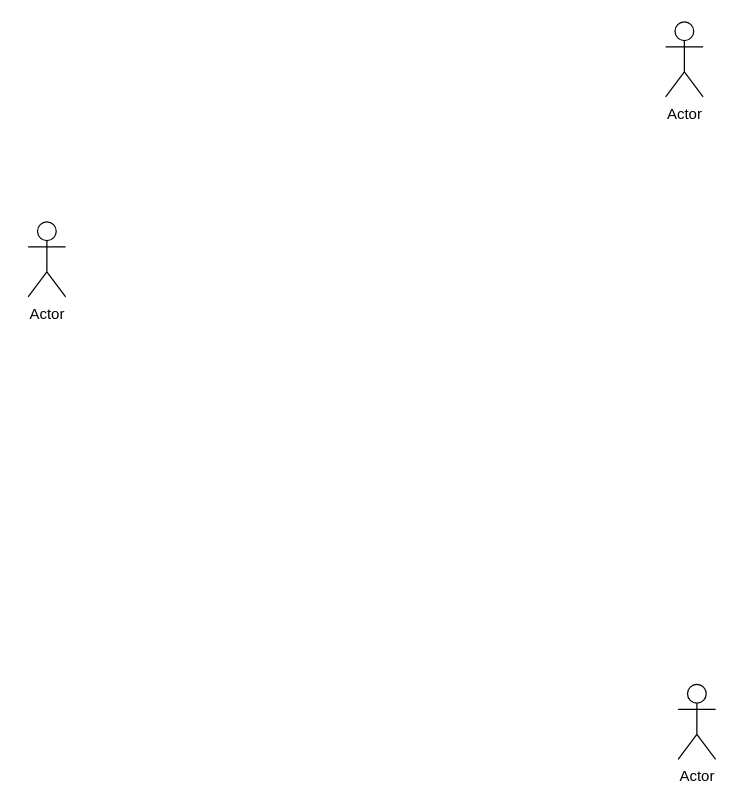
Earlier version of the draw.io diagram Use_case_diagram.drawio (OU-Hostel-Management/OU-Hostel-System). Source tidied: cells renumbered, new cells numbered last; positions are measured from the earlier drawing's top-left corner, leaving out a move shared by most shapes. Both pictures are drawn from the tidied source at 125%, with x=0, y=0 at pixel (28, 21).
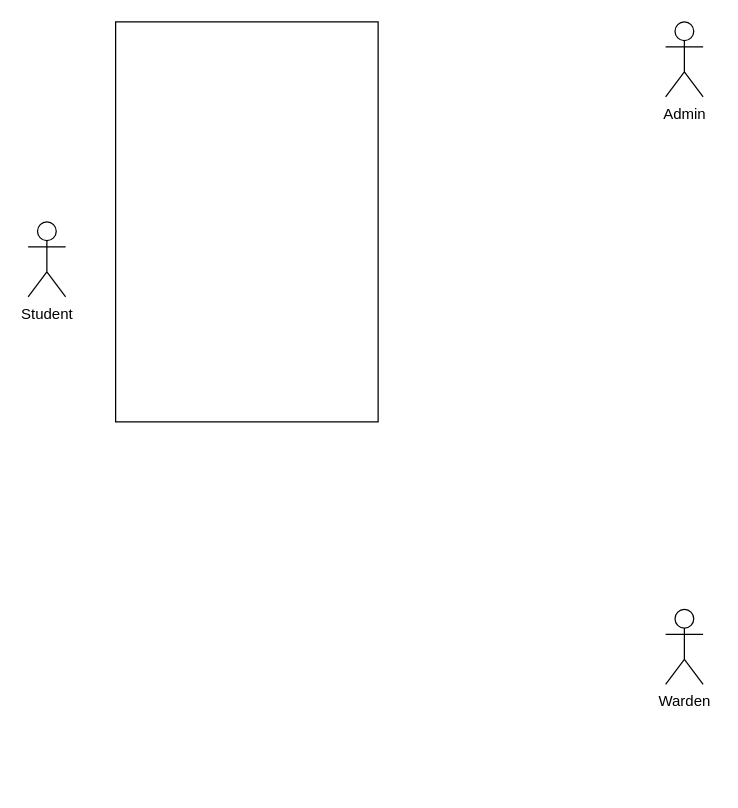
The same diagram, later.

What changed in the source:
```diff
@@
 <mxGraphModel>
   <root>
     <mxCell id="0" />
     <mxCell id="1" parent="0" />
-    <mxCell id="2" value="Actor" style="shape=umlActor;verticalLabelPosition=bottom;verticalAlign=top;html=1;" parent="1" vertex="1">
+    <mxCell id="2" value="Student" style="shape=umlActor;verticalLabelPosition=bottom;verticalAlign=top;html=1;" parent="1" vertex="1">
       <mxGeometry y="160" width="30" height="60" as="geometry" />
     </mxCell>
-    <mxCell id="3" value="Actor" style="shape=umlActor;verticalLabelPosition=bottom;verticalAlign=top;html=1;" parent="1" vertex="1">
+    <mxCell id="3" value="Admin" style="shape=umlActor;verticalLabelPosition=bottom;verticalAlign=top;html=1;" parent="1" vertex="1">
       <mxGeometry x="510" width="30" height="60" as="geometry" />
     </mxCell>
-    <mxCell id="4" value="Actor" style="shape=umlActor;verticalLabelPosition=bottom;verticalAlign=top;html=1;" parent="1" vertex="1">
-      <mxGeometry x="520" y="530" width="30" height="60" as="geometry" />
+    <mxCell id="4" value="Warden" style="shape=umlActor;verticalLabelPosition=bottom;verticalAlign=top;html=1;" parent="1" vertex="1">
+      <mxGeometry x="510" y="470" width="30" height="60" as="geometry" />
     </mxCell>
+    <mxCell id="5" style="rounded=0;whiteSpace=wrap;html=1;" parent="1" vertex="1">
+      <mxGeometry x="70" width="210" height="320" as="geometry" />
+    </mxCell>
   </root>
 </mxGraphModel>
```
